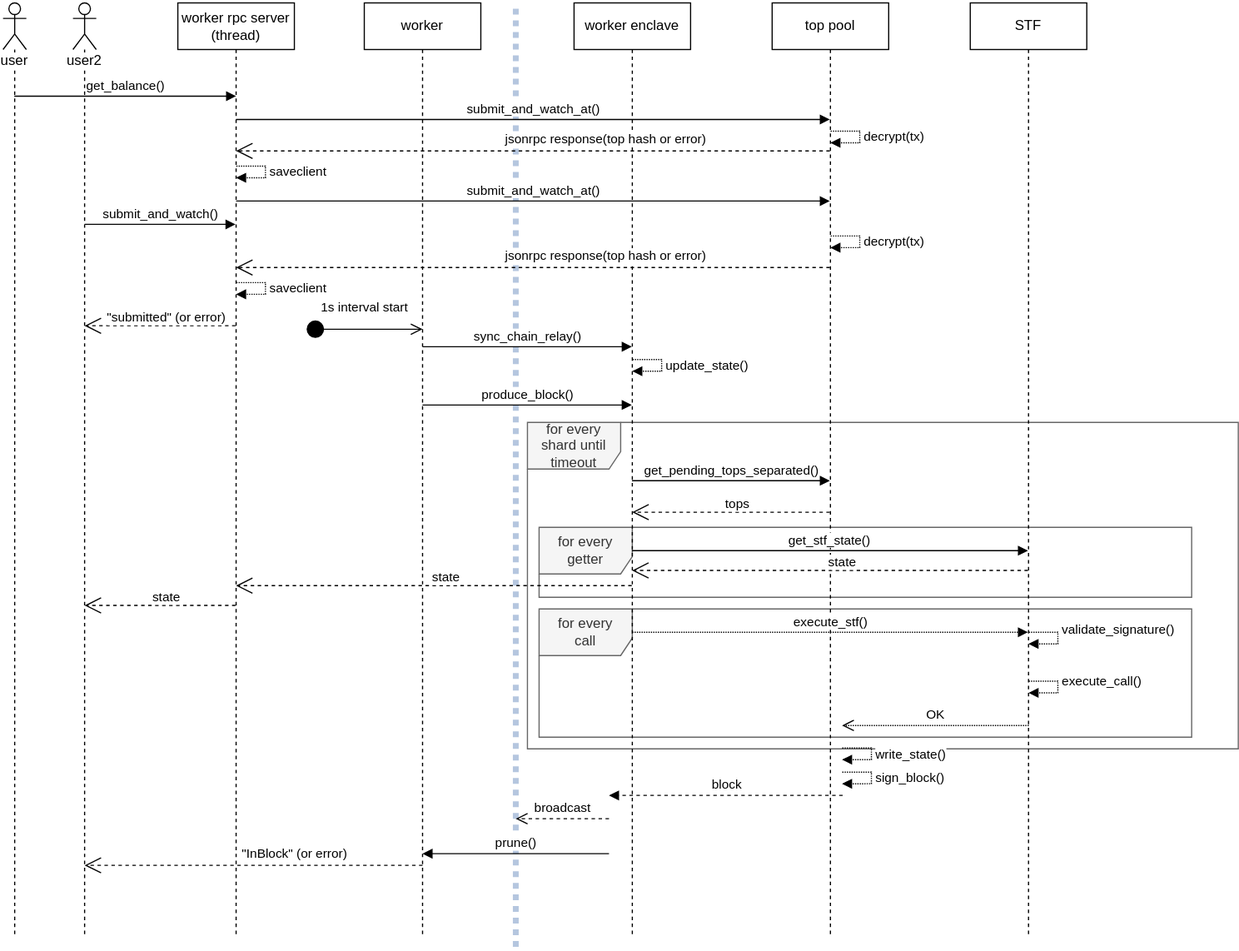
The draw.io diagram sidechain-sequence.svg in haerdib/substraTEE_diagramms, before a commit. Source tidied: cells renumbered, new cells last; positions are measured from the earlier drawing's top-left corner, leaving out a move shared by most shapes.
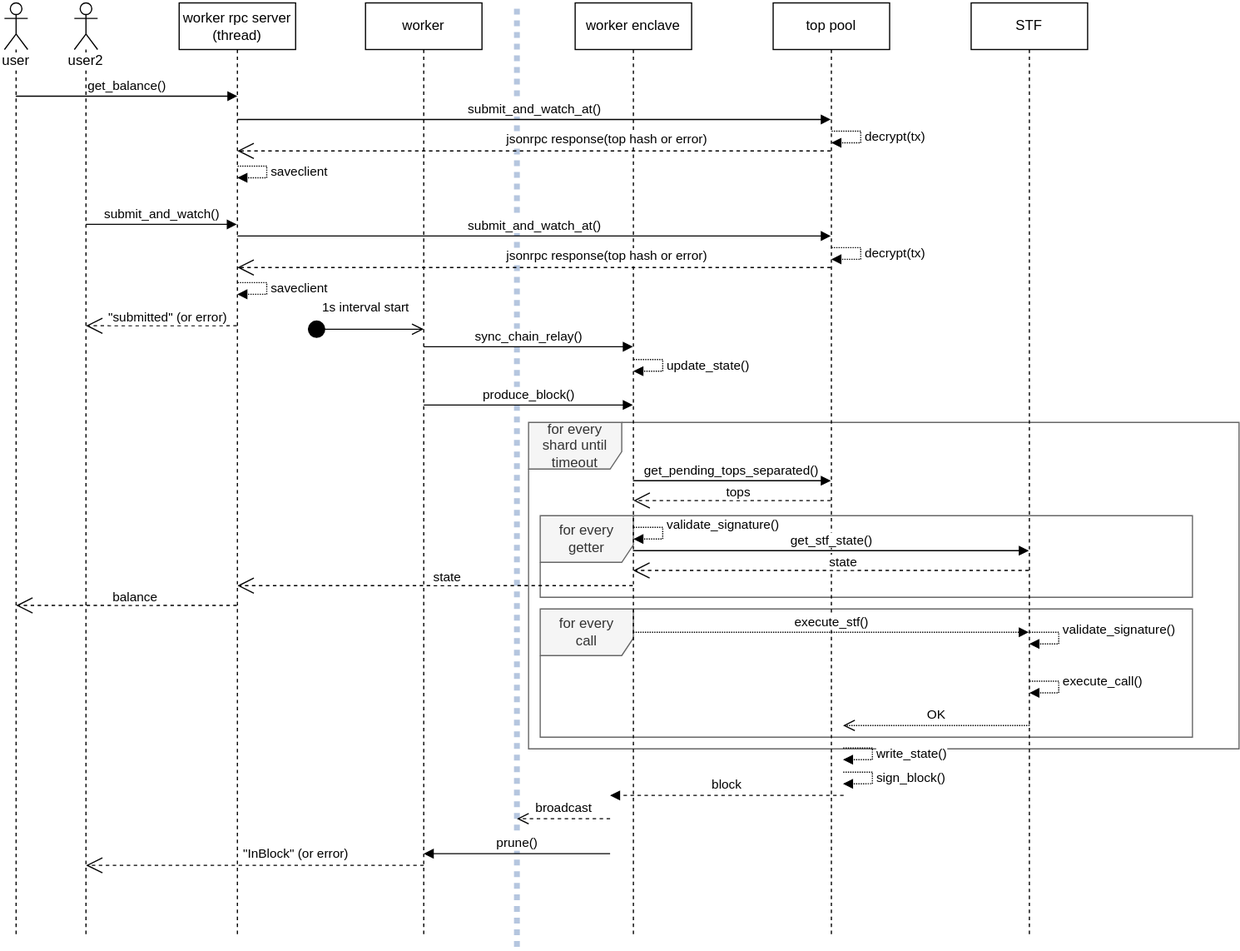
The same file after the commit.

Diff of the diagram source:
```diff
@@ -9,7 +9,7 @@
       <mxGeometry x="460" y="520" width="560" height="110" as="geometry" />
     </mxCell>
     <mxCell id="4" value="for every getter" style="shape=umlFrame;whiteSpace=wrap;html=1;width=80;height=40;fillColor=#f5f5f5;strokeColor=#666666;fontColor=#333333;" parent="1" vertex="1">
-      <mxGeometry x="460" y="450" width="560" height="60" as="geometry" />
+      <mxGeometry x="460" y="440" width="560" height="70" as="geometry" />
     </mxCell>
     <mxCell id="5" style="endArrow=none;dashed=1;html=1;fillColor=#dae8fc;strokeColor=#6c8ebf;dashPattern=1 1;strokeWidth=5;opacity=50;" parent="1" edge="1">
       <mxGeometry relative="1" as="geometry">
@@ -71,11 +71,11 @@
     </mxCell>
     <mxCell id="17" value="decrypt(tx)" style="edgeStyle=orthogonalEdgeStyle;html=1;align=left;spacingLeft=2;endArrow=block;rounded=0;dashed=1;dashPattern=1 1;" parent="1" edge="1">
       <mxGeometry relative="1" as="geometry">
-        <mxPoint x="710.2" y="200" as="sourcePoint" />
-        <mxPoint x="710" y="210" as="targetPoint" />
+        <mxPoint x="710.2" y="210" as="sourcePoint" />
+        <mxPoint x="710" y="220" as="targetPoint" />
         <Array as="points">
-          <mxPoint x="735.2" y="200" />
           <mxPoint x="735.2" y="210" />
+          <mxPoint x="735.2" y="220" />
         </Array>
       </mxGeometry>
     </mxCell>
@@ -191,9 +191,10 @@
         <mxPoint x="709.5" y="410" as="targetPoint" />
       </mxGeometry>
     </mxCell>
-    <mxCell id="32" value="tops" style="endArrow=open;endSize=12;dashed=1;html=1;" parent="1" edge="1" target="9">
+    <mxCell id="32" value="tops" style="endArrow=open;endSize=12;dashed=1;html=1;" parent="1" edge="1">
       <mxGeometry x="-0.06" y="-7" relative="1" as="geometry">
-        <mxPoint x="709.5" y="437" as="sourcePoint" />
+        <mxPoint x="709.5" y="427" as="sourcePoint" />
+        <mxPoint x="540" y="427" as="targetPoint" />
       </mxGeometry>
     </mxCell>
     <mxCell id="33" value="get_stf_state()" style="html=1;verticalAlign=bottom;endArrow=block;" parent="1" edge="1" target="10">
@@ -211,10 +212,9 @@
         <mxPoint x="539.5" y="500" as="sourcePoint" />
       </mxGeometry>
     </mxCell>
-    <mxCell id="36" value="state" style="endArrow=open;endSize=12;dashed=1;html=1;" parent="1" edge="1">
+    <mxCell id="36" value="balance" style="endArrow=open;endSize=12;dashed=1;html=1;" parent="1" edge="1" target="37">
       <mxGeometry x="-0.08" y="-7" relative="1" as="geometry">
         <mxPoint x="199.5" y="517" as="sourcePoint" />
-        <mxPoint x="70" y="517" as="targetPoint" />
       </mxGeometry>
     </mxCell>
     <mxCell id="37" value="user" style="shape=umlLifeline;participant=umlActor;perimeter=lifelinePerimeter;whiteSpace=wrap;html=1;verticalAlign=top;spacingTop=36;labelBackgroundColor=#ffffff;outlineConnect=0;" parent="1" vertex="1">
@@ -228,8 +228,8 @@
     </mxCell>
     <mxCell id="39" value="&lt;span style=&quot;background-color: rgb(255 , 255 , 255)&quot;&gt;submit_and_watch_at()&lt;/span&gt;" style="html=1;verticalAlign=bottom;endArrow=block;" parent="1" edge="1">
       <mxGeometry relative="1" as="geometry">
-        <mxPoint x="200" y="170" as="sourcePoint" />
-        <mxPoint x="709.5" y="170" as="targetPoint" />
+        <mxPoint x="200" y="200" as="sourcePoint" />
+        <mxPoint x="709.5" y="200" as="targetPoint" />
       </mxGeometry>
     </mxCell>
     <mxCell id="40" value="decrypt(tx)" style="edgeStyle=orthogonalEdgeStyle;html=1;align=left;spacingLeft=2;endArrow=block;rounded=0;dashed=1;dashPattern=1 1;" parent="1" edge="1">
@@ -271,5 +271,15 @@
         </Array>
       </mxGeometry>
     </mxCell>
+    <mxCell id="44" value="&lt;div&gt;validate_signature()&lt;/div&gt;&lt;div&gt;&lt;br&gt;&lt;/div&gt;" style="edgeStyle=orthogonalEdgeStyle;html=1;align=left;spacingLeft=2;endArrow=block;rounded=0;dashed=1;dashPattern=1 1;" parent="1" edge="1">
+      <mxGeometry relative="1" as="geometry">
+        <mxPoint x="540.2" y="450" as="sourcePoint" />
+        <mxPoint x="540" y="460" as="targetPoint" />
+        <Array as="points">
+          <mxPoint x="565.2" y="450" />
+          <mxPoint x="565.2" y="460" />
+        </Array>
+      </mxGeometry>
+    </mxCell>
   </root>
 </mxGraphModel>
```
